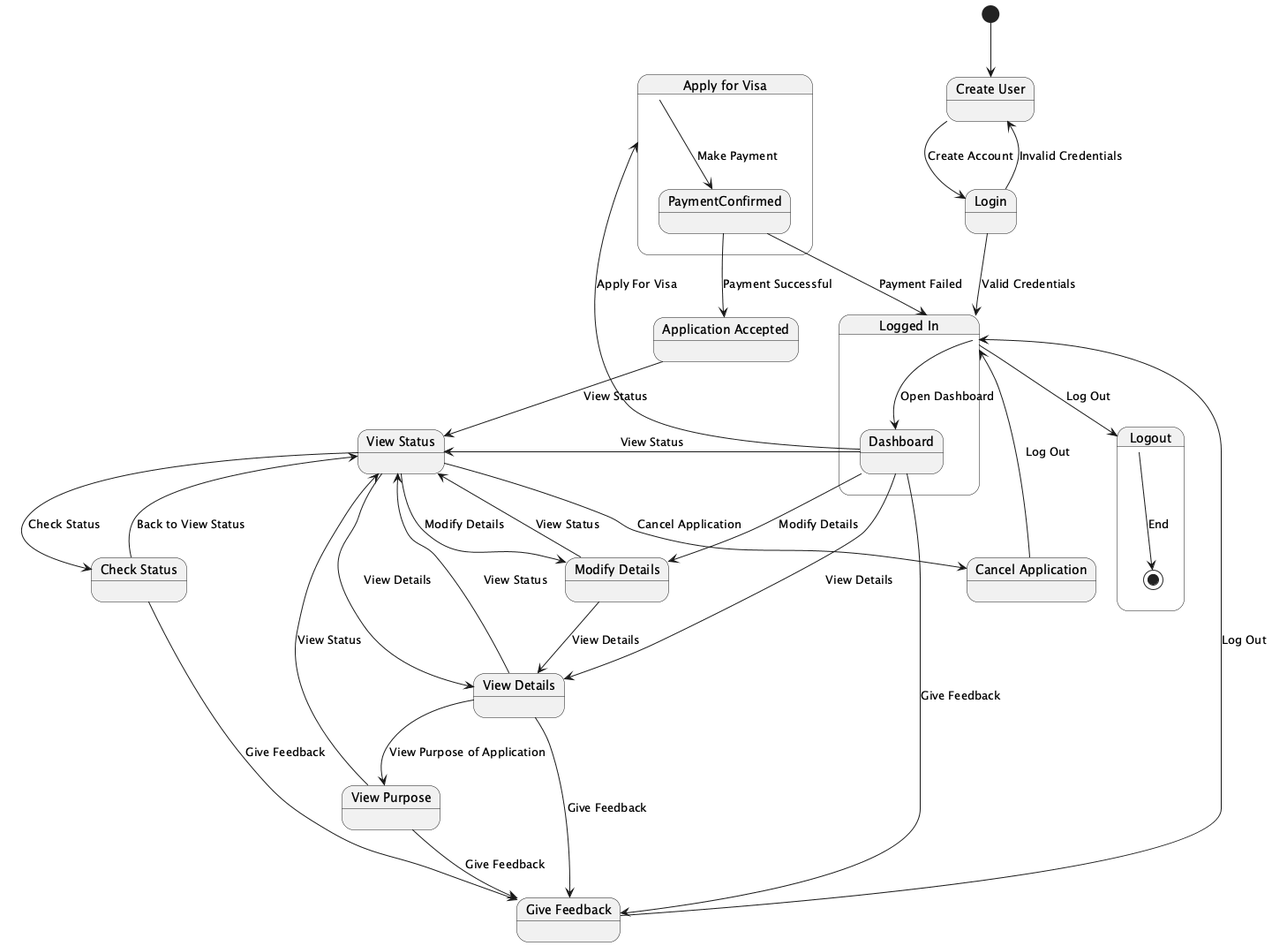
maimunafaria/State_transition_Diagram_generated_by_LLM keeps this PlantUML diagram as results/plantuml_pipeline/ensemble_stacked_llm/runs/ensemble__all_methods__candidate_pool__stacked_llm/case_32_e_visa_processing_and_follow_up_system/ensemble.png. Above is the earlier version. Its diagram source:
```plantuml
@startuml
[*] --> CreateUser

state "Create User" as CreateUser {
  CreateUser --> Login : Create Account
}

state "Login" as Login {
  Login --> CreateUser : Invalid Credentials
  Login --> LoggedIn : Valid Credentials
}

state "Logged In" as LoggedIn {
  LoggedIn --> Dashboard : Open Dashboard
  Dashboard --> ApplyForVisa : Apply For Visa
  Dashboard --> ViewStatus : View Status
  Dashboard --> ModifyDetails : Modify Details
  Dashboard --> ViewDetails : View Details
  Dashboard --> GiveFeedback : Give Feedback
}

state "Apply for Visa" as ApplyForVisa {
  ApplyForVisa --> PaymentConfirmed : Make Payment
  PaymentConfirmed --> ApplicationAccepted : Payment Successful
  PaymentConfirmed --> LoggedIn : Payment Failed
}

state "Application Accepted" as ApplicationAccepted {
  ApplicationAccepted --> ViewStatus : View Status
}

state "View Status" as ViewStatus {
  ViewStatus --> CheckStatus : Check Status
  ViewStatus --> CancelApplication : Cancel Application
  ViewStatus --> ModifyDetails : Modify Details
  ViewStatus --> ViewDetails : View Details
}

state "Check Status" as CheckStatus {
  CheckStatus --> ViewStatus : Back to View Status
  CheckStatus --> GiveFeedback : Give Feedback
}

state "Cancel Application" as CancelApplication {
  CancelApplication --> LoggedIn : Log Out
}

state "Modify Details" as ModifyDetails {
  ModifyDetails --> ViewDetails : View Details
  ModifyDetails --> ViewStatus : View Status
}

state "View Details" as ViewDetails {
  ViewDetails --> ViewPurpose : View Purpose of Application
  ViewDetails --> GiveFeedback : Give Feedback
  ViewDetails --> ViewStatus : View Status
}

state "View Purpose" as ViewPurpose {
  ViewPurpose --> GiveFeedback : Give Feedback
  ViewPurpose --> ViewStatus : View Status
}

state "Give Feedback" as GiveFeedback {
  GiveFeedback --> LoggedIn : Log Out
}

LoggedIn --> Logout : Log Out

state "Logout" as Logout {
  Logout --> [*] : End
}

@enduml
```
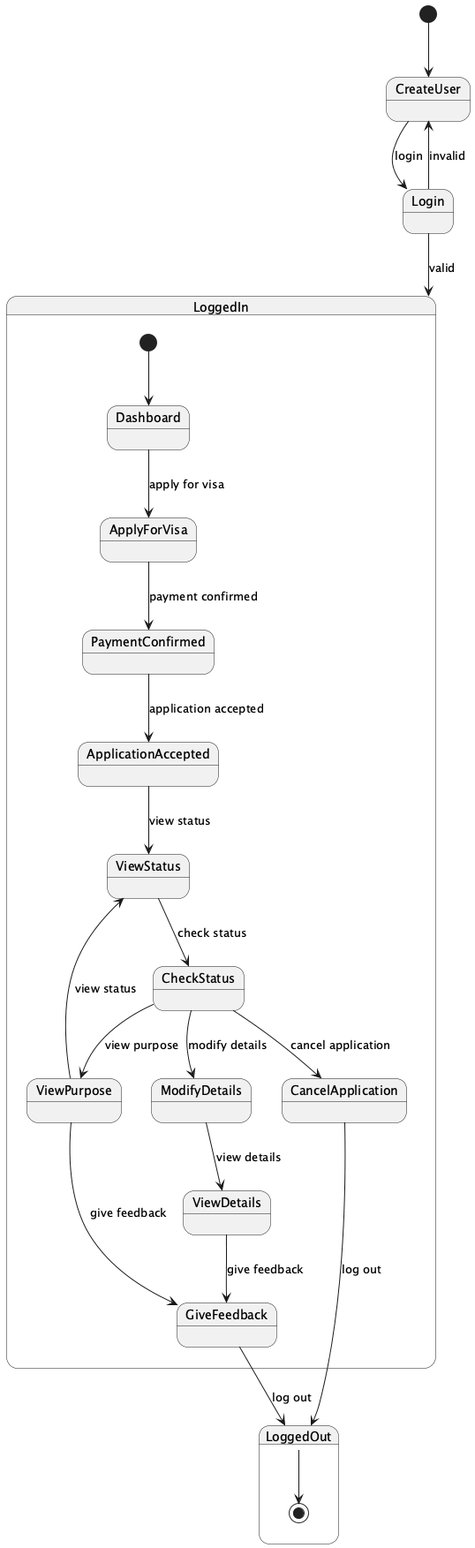
The same file after the commit.

Diff of the diagram source:
```diff
@@ -1,74 +1,34 @@
 @startuml
 [*] --> CreateUser
 
-state "Create User" as CreateUser {
-  CreateUser --> Login : Create Account
+state CreateUser {
+  CreateUser --> Login : login
 }
 
-state "Login" as Login {
-  Login --> CreateUser : Invalid Credentials
-  Login --> LoggedIn : Valid Credentials
+state Login {
+  Login --> LoggedIn : valid
+  Login --> CreateUser : invalid
 }
 
-state "Logged In" as LoggedIn {
-  LoggedIn --> Dashboard : Open Dashboard
-  Dashboard --> ApplyForVisa : Apply For Visa
-  Dashboard --> ViewStatus : View Status
-  Dashboard --> ModifyDetails : Modify Details
-  Dashboard --> ViewDetails : View Details
-  Dashboard --> GiveFeedback : Give Feedback
+state LoggedIn {
+  [*] --> Dashboard
+  Dashboard --> ApplyForVisa : apply for visa
+  ApplyForVisa --> PaymentConfirmed : payment confirmed
+  PaymentConfirmed --> ApplicationAccepted : application accepted
+  ApplicationAccepted --> ViewStatus : view status
+  ViewStatus --> CheckStatus : check status
+  CheckStatus --> CancelApplication : cancel application
+  CheckStatus --> ModifyDetails : modify details
+  CheckStatus --> ViewPurpose : view purpose
+  CancelApplication --> LoggedOut : log out
+  ModifyDetails --> ViewDetails : view details
+  ViewDetails --> GiveFeedback : give feedback
+  ViewPurpose --> GiveFeedback : give feedback
+  ViewPurpose --> ViewStatus : view status
+  GiveFeedback --> LoggedOut : log out
 }
 
-state "Apply for Visa" as ApplyForVisa {
-  ApplyForVisa --> PaymentConfirmed : Make Payment
-  PaymentConfirmed --> ApplicationAccepted : Payment Successful
-  PaymentConfirmed --> LoggedIn : Payment Failed
+state LoggedOut {
+  LoggedOut --> [*]
 }
-
-state "Application Accepted" as ApplicationAccepted {
-  ApplicationAccepted --> ViewStatus : View Status
-}
-
-state "View Status" as ViewStatus {
-  ViewStatus --> CheckStatus : Check Status
-  ViewStatus --> CancelApplication : Cancel Application
-  ViewStatus --> ModifyDetails : Modify Details
-  ViewStatus --> ViewDetails : View Details
-}
-
-state "Check Status" as CheckStatus {
-  CheckStatus --> ViewStatus : Back to View Status
-  CheckStatus --> GiveFeedback : Give Feedback
-}
-
-state "Cancel Application" as CancelApplication {
-  CancelApplication --> LoggedIn : Log Out
-}
-
-state "Modify Details" as ModifyDetails {
-  ModifyDetails --> ViewDetails : View Details
-  ModifyDetails --> ViewStatus : View Status
-}
-
-state "View Details" as ViewDetails {
-  ViewDetails --> ViewPurpose : View Purpose of Application
-  ViewDetails --> GiveFeedback : Give Feedback
-  ViewDetails --> ViewStatus : View Status
-}
-
-state "View Purpose" as ViewPurpose {
-  ViewPurpose --> GiveFeedback : Give Feedback
-  ViewPurpose --> ViewStatus : View Status
-}
-
-state "Give Feedback" as GiveFeedback {
-  GiveFeedback --> LoggedIn : Log Out
-}
-
-LoggedIn --> Logout : Log Out
-
-state "Logout" as Logout {
-  Logout --> [*] : End
-}
-
 @enduml
```
